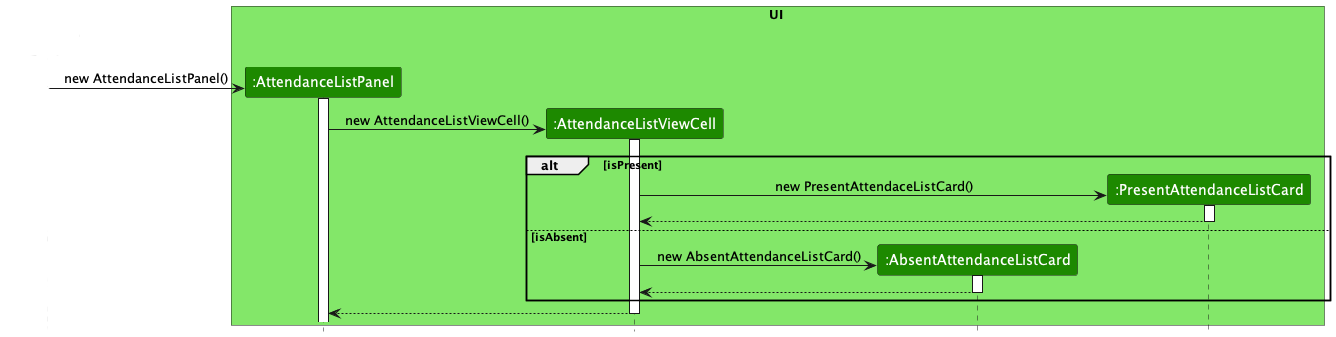
The PlantUML diagram docs/images/MarkSequenceDiagram.png in nus-cs2103-AY2223S2/tp, before a commit. Its source is kept beside it as docs/diagrams/MarkSequenceDiagram.puml.
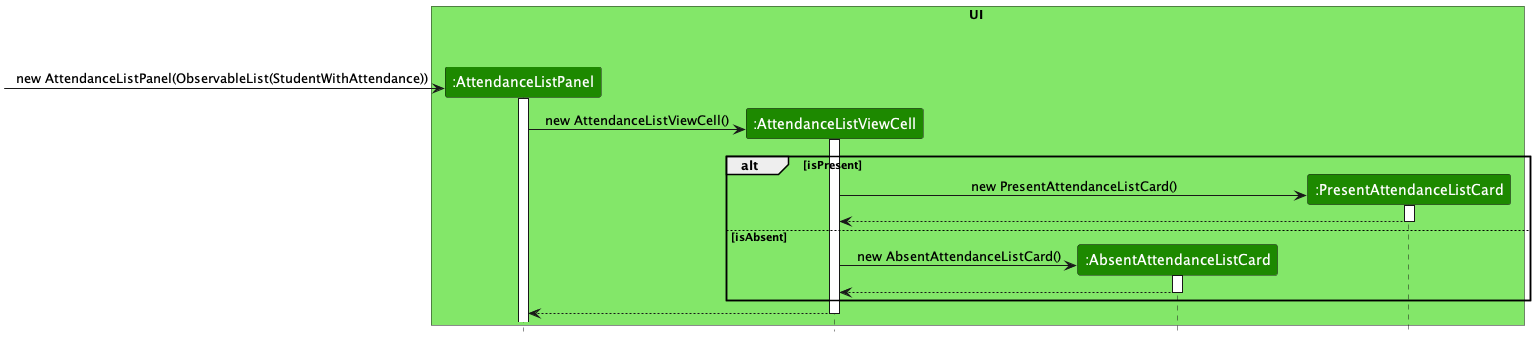
Later version of the same file.

Commit message:
Add minor changes to UML diagrams

Change to the diagram source:
```diff
@@ -1,19 +1,16 @@
 @startuml
 !include style.puml
 participant Hidden #FFFFFF
+
 box UI UI_COLOR_T1
-
 participant ":AttendanceListPanel" as AttendanceListPanel UI_COLOR
 participant ":AttendanceListViewCell" as AttendanceListViewCell UI_COLOR
 participant ":AbsentAttendanceListCard" as AbsentListCard UI_COLOR
 participant ":PresentAttendanceListCard" as PresentListCard UI_COLOR
-
 end box
 
-
-
 create AttendanceListPanel
-Hidden -> AttendanceListPanel : new AttendanceListPanel()
+Hidden -> AttendanceListPanel : new AttendanceListPanel(ObservableList(StudentWithAttendance))
 activate AttendanceListPanel
 
 create AttendanceListViewCell
@@ -23,7 +20,7 @@
 alt isPresent
 
 create PresentListCard
-AttendanceListViewCell -> PresentListCard : new PresentAttendaceListCard()
+AttendanceListViewCell -> PresentListCard : new PresentAttendanceListCard()
 
 activate PresentListCard
 PresentListCard --> AttendanceListViewCell
```
